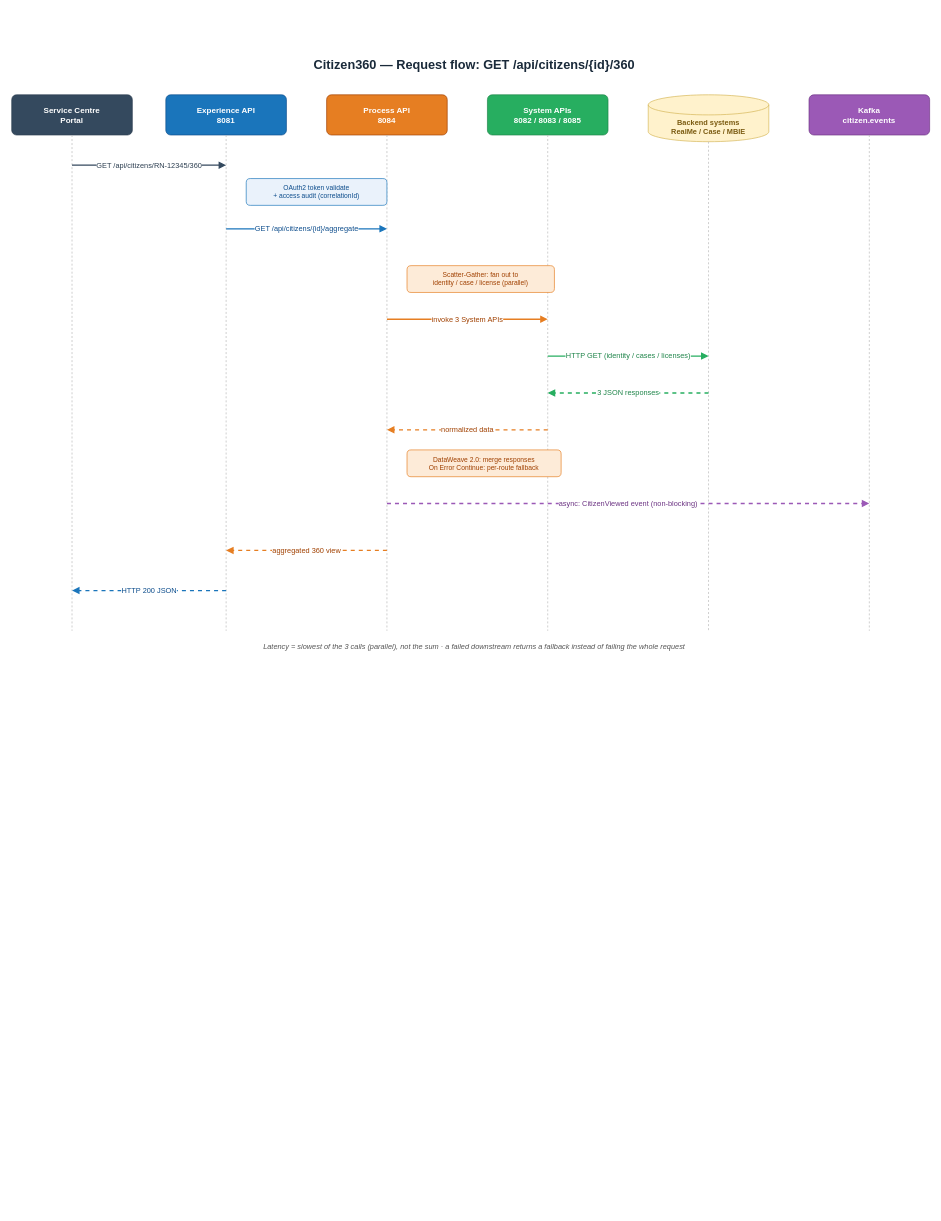
The draw.io diagram docs/request-flow.drawio in Bellick-Jiao/mulesoft-citizen360, before the edit. Source tidied: cells renumbered, new cells numbered last; positions are measured from the earlier drawing's top-left corner, leaving out a move shared by most shapes. Both pictures are drawn from the tidied source at 67%, with x=0, y=0 at pixel (11, 53).
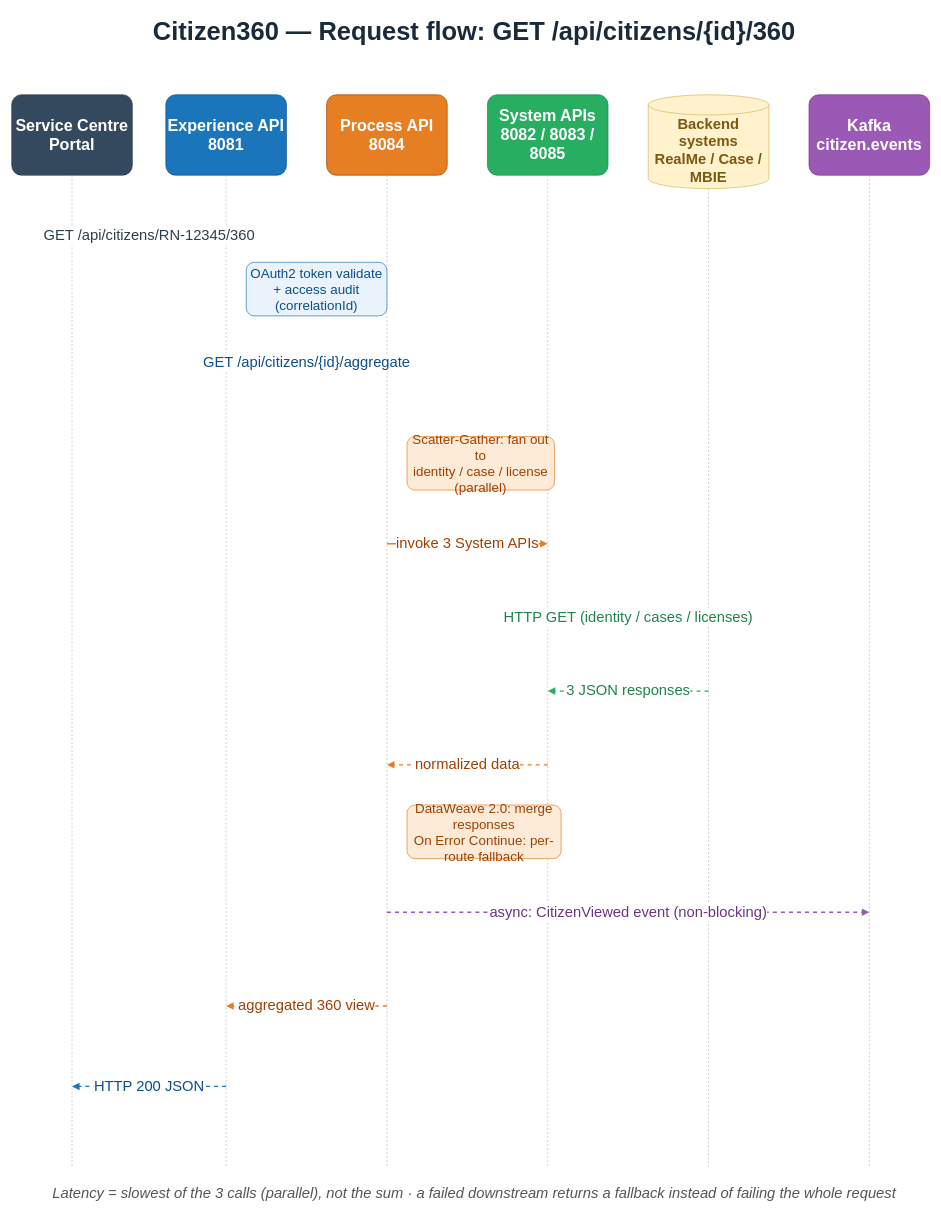
Above is the later version.

The edit, as a diff of the source:
```diff
@@
-    <mxCell id="2" value="Citizen360 — Request flow: GET /api/citizens/{id}/360" style="text;html=1;fontSize=19;fontStyle=1;align=center;fontColor=#1a2a3a;" parent="1" vertex="1">
-      <mxGeometry x="290" width="800" height="30" as="geometry" />
+    <mxCell id="2" value="Citizen360 — Request flow: GET /api/citizens/{id}/360" style="text;html=1;fontSize=38;fontStyle=1;align=center;fontColor=#1a2a3a;" parent="1" vertex="1">
+      <mxGeometry x="290" y="-62" width="800" height="60" as="geometry" />
     </mxCell>
-    <mxCell id="3" value="Service Centre&#10;Portal" style="rounded=1;whiteSpace=wrap;html=1;fillColor=#34495e;strokeColor=#2c3e50;fontColor=#ffffff;fontSize=12;fontStyle=1;arcSize=12;" parent="1" vertex="1">
-      <mxGeometry y="62" width="180" height="60" as="geometry" />
+    <mxCell id="3" value="Service Centre&#10;Portal" style="rounded=1;whiteSpace=wrap;html=1;fillColor=#34495e;strokeColor=#2c3e50;fontColor=#ffffff;fontSize=24;fontStyle=1;arcSize=12;" parent="1" vertex="1">
+      <mxGeometry y="62" width="180" height="120" as="geometry" />
     </mxCell>
-    <mxCell id="4" value="Experience API&#10;8081" style="rounded=1;whiteSpace=wrap;html=1;fillColor=#1a75bb;strokeColor=#0d4d8c;fontColor=#ffffff;fontSize=12;fontStyle=1;arcSize=12;" parent="1" vertex="1">
-      <mxGeometry x="230" y="62" width="180" height="60" as="geometry" />
+    <mxCell id="4" value="Experience API&#10;8081" style="rounded=1;whiteSpace=wrap;html=1;fillColor=#1a75bb;strokeColor=#0d4d8c;fontColor=#ffffff;fontSize=24;fontStyle=1;arcSize=12;" parent="1" vertex="1">
+      <mxGeometry x="230" y="62" width="180" height="120" as="geometry" />
     </mxCell>
-    <mxCell id="5" value="Process API&#10;8084" style="rounded=1;whiteSpace=wrap;html=1;fillColor=#e67e22;strokeColor=#a04000;fontColor=#ffffff;fontSize=12;fontStyle=1;arcSize=12;" parent="1" vertex="1">
-      <mxGeometry x="470" y="62" width="180" height="60" as="geometry" />
+    <mxCell id="5" value="Process API&#10;8084" style="rounded=1;whiteSpace=wrap;html=1;fillColor=#e67e22;strokeColor=#a04000;fontColor=#ffffff;fontSize=24;fontStyle=1;arcSize=12;" parent="1" vertex="1">
+      <mxGeometry x="470" y="62" width="180" height="120" as="geometry" />
     </mxCell>
-    <mxCell id="6" value="System APIs&#10;8082 / 8083 / 8085" style="rounded=1;whiteSpace=wrap;html=1;fillColor=#27ae60;strokeColor=#1e8449;fontColor=#ffffff;fontSize=12;fontStyle=1;arcSize=12;" parent="1" vertex="1">
-      <mxGeometry x="710" y="62" width="180" height="60" as="geometry" />
+    <mxCell id="6" value="System APIs&#10;8082 / 8083 / 8085" style="rounded=1;whiteSpace=wrap;html=1;fillColor=#27ae60;strokeColor=#1e8449;fontColor=#ffffff;fontSize=24;fontStyle=1;arcSize=12;" parent="1" vertex="1">
+      <mxGeometry x="710" y="62" width="180" height="120" as="geometry" />
     </mxCell>
-    <mxCell id="7" value="Backend systems&#10;RealMe / Case / MBIE" style="shape=cylinder3;whiteSpace=wrap;html=1;boundedLbl=1;fillColor=#fff2cc;strokeColor=#d6b656;fontSize=11;fontStyle=1;fontColor=#7a5a10;" parent="1" vertex="1">
-      <mxGeometry x="950" y="62" width="180" height="70" as="geometry" />
+    <mxCell id="7" value="Backend systems&#10;RealMe / Case / MBIE" style="shape=cylinder3;whiteSpace=wrap;html=1;boundedLbl=1;fillColor=#fff2cc;strokeColor=#d6b656;fontSize=22;fontStyle=1;fontColor=#7a5a10;" parent="1" vertex="1">
+      <mxGeometry x="950" y="62" width="180" height="140" as="geometry" />
     </mxCell>
-    <mxCell id="8" value="Kafka&#10;citizen.events" style="rounded=1;whiteSpace=wrap;html=1;fillColor=#9b59b6;strokeColor=#6c3483;fontColor=#ffffff;fontSize=12;fontStyle=1;arcSize=12;" parent="1" vertex="1">
-      <mxGeometry x="1190" y="62" width="180" height="60" as="geometry" />
+    <mxCell id="8" value="Kafka&#10;citizen.events" style="rounded=1;whiteSpace=wrap;html=1;fillColor=#9b59b6;strokeColor=#6c3483;fontColor=#ffffff;fontSize=24;fontStyle=1;arcSize=12;" parent="1" vertex="1">
+      <mxGeometry x="1190" y="62" width="180" height="120" as="geometry" />
     </mxCell>
     <mxCell id="9" style="endArrow=none;html=1;dashed=1;strokeColor=#b8b8b8;strokeWidth=1;" parent="1" edge="1">
       <mxGeometry relative="1" as="geometry">
-        <mxPoint x="90" y="122" as="sourcePoint" />
-        <mxPoint x="90" y="862" as="targetPoint" />
+        <mxPoint x="90" y="182" as="sourcePoint" />
+        <mxPoint x="90" y="1662" as="targetPoint" />
       </mxGeometry>
     </mxCell>
     <mxCell id="10" style="endArrow=none;html=1;dashed=1;strokeColor=#b8b8b8;strokeWidth=1;" parent="1" edge="1">
       <mxGeometry relative="1" as="geometry">
-        <mxPoint x="320" y="122" as="sourcePoint" />
-        <mxPoint x="320" y="862" as="targetPoint" />
+        <mxPoint x="320" y="182" as="sourcePoint" />
+        <mxPoint x="320" y="1662" as="targetPoint" />
       </mxGeometry>
     </mxCell>
     <mxCell id="11" style="endArrow=none;html=1;dashed=1;strokeColor=#b8b8b8;strokeWidth=1;" parent="1" edge="1">
       <mxGeometry relative="1" as="geometry">
-        <mxPoint x="560" y="122" as="sourcePoint" />
-        <mxPoint x="560" y="862" as="targetPoint" />
+        <mxPoint x="560" y="182" as="sourcePoint" />
+        <mxPoint x="560" y="1662" as="targetPoint" />
       </mxGeometry>
     </mxCell>
     <mxCell id="12" style="endArrow=none;html=1;dashed=1;strokeColor=#b8b8b8;strokeWidth=1;" parent="1" edge="1">
       <mxGeometry relative="1" as="geometry">
-        <mxPoint x="800" y="122" as="sourcePoint" />
-        <mxPoint x="800" y="862" as="targetPoint" />
+        <mxPoint x="800" y="182" as="sourcePoint" />
+        <mxPoint x="800" y="1662" as="targetPoint" />
       </mxGeometry>
     </mxCell>
     <mxCell id="13" style="endArrow=none;html=1;dashed=1;strokeColor=#b8b8b8;strokeWidth=1;" parent="1" edge="1">
       <mxGeometry relative="1" as="geometry">
-        <mxPoint x="1040" y="132" as="sourcePoint" />
-        <mxPoint x="1040" y="862" as="targetPoint" />
+        <mxPoint x="1040" y="202" as="sourcePoint" />
+        <mxPoint x="1040" y="1662" as="targetPoint" />
       </mxGeometry>
     </mxCell>
     <mxCell id="14" style="endArrow=none;html=1;dashed=1;strokeColor=#b8b8b8;strokeWidth=1;" parent="1" edge="1">
       <mxGeometry relative="1" as="geometry">
-        <mxPoint x="1280" y="122" as="sourcePoint" />
-        <mxPoint x="1280" y="862" as="targetPoint" />
+        <mxPoint x="1280" y="182" as="sourcePoint" />
+        <mxPoint x="1280" y="1662" as="targetPoint" />
       </mxGeometry>
     </mxCell>
-    <mxCell id="15" value="OAuth2 token validate&#10;+ access audit (correlationId)" style="rounded=1;whiteSpace=wrap;html=1;fillColor=#eaf2fb;strokeColor=#1a75bb;fontSize=10;fontColor=#0d4d8c;" parent="1" vertex="1">
-      <mxGeometry x="350" y="187" width="210" height="40" as="geometry" />
+    <mxCell id="15" value="OAuth2 token validate&#10;+ access audit (correlationId)" style="rounded=1;whiteSpace=wrap;html=1;fillColor=#eaf2fb;strokeColor=#1a75bb;fontSize=20;fontColor=#0d4d8c;" parent="1" vertex="1">
+      <mxGeometry x="350" y="312" width="210" height="80" as="geometry" />
     </mxCell>
-    <mxCell id="16" value="Scatter-Gather: fan out to&#10;identity / case / license (parallel)" style="rounded=1;whiteSpace=wrap;html=1;fillColor=#fdebd8;strokeColor=#e67e22;fontSize=10;fontColor=#a04000;" parent="1" vertex="1">
-      <mxGeometry x="590" y="317" width="220" height="40" as="geometry" />
+    <mxCell id="16" value="Scatter-Gather: fan out to&#10;identity / case / license (parallel)" style="rounded=1;whiteSpace=wrap;html=1;fillColor=#fdebd8;strokeColor=#e67e22;fontSize=20;fontColor=#a04000;" parent="1" vertex="1">
+      <mxGeometry x="590" y="572" width="220" height="80" as="geometry" />
     </mxCell>
-    <mxCell id="17" value="DataWeave 2.0: merge responses&#10;On Error Continue: per-route fallback" style="rounded=1;whiteSpace=wrap;html=1;fillColor=#fdebd8;strokeColor=#e67e22;fontSize=10;fontColor=#a04000;" parent="1" vertex="1">
-      <mxGeometry x="590" y="592" width="230" height="40" as="geometry" />
+    <mxCell id="17" value="DataWeave 2.0: merge responses&#10;On Error Continue: per-route fallback" style="rounded=1;whiteSpace=wrap;html=1;fillColor=#fdebd8;strokeColor=#e67e22;fontSize=20;fontColor=#a04000;" parent="1" vertex="1">
+      <mxGeometry x="590" y="1122" width="230" height="80" as="geometry" />
     </mxCell>
-    <mxCell id="18" value="GET /api/citizens/RN-12345/360" style="edgeStyle=none;html=1;strokeWidth=2;strokeColor=#34495e;endArrow=block;fontSize=11;fontColor=#2c3e50;labelBackgroundColor=#ffffff;" parent="1" edge="1">
+    <mxCell id="18" value="GET /api/citizens/RN-12345/360" style="edgeStyle=none;html=1;strokeWidth=2;strokeColor=#34495e;endArrow=block;fontSize=22;fontColor=#2c3e50;labelBackgroundColor=#ffffff;" parent="1" edge="1">
       <mxGeometry relative="1" as="geometry">
-        <mxPoint x="90" y="167" as="sourcePoint" />
-        <mxPoint x="320" y="167" as="targetPoint" />
+        <mxPoint x="90" y="272" as="sourcePoint" />
+        <mxPoint x="320" y="272" as="targetPoint" />
       </mxGeometry>
     </mxCell>
-    <mxCell id="19" value="GET /api/citizens/{id}/aggregate" style="edgeStyle=none;html=1;strokeWidth=2;strokeColor=#1a75bb;endArrow=block;fontSize=11;fontColor=#0d4d8c;labelBackgroundColor=#ffffff;" parent="1" edge="1">
+    <mxCell id="19" value="GET /api/citizens/{id}/aggregate" style="edgeStyle=none;html=1;strokeWidth=2;strokeColor=#1a75bb;endArrow=block;fontSize=22;fontColor=#0d4d8c;labelBackgroundColor=#ffffff;" parent="1" edge="1">
       <mxGeometry relative="1" as="geometry">
-        <mxPoint x="320" y="262" as="sourcePoint" />
-        <mxPoint x="560" y="262" as="targetPoint" />
+        <mxPoint x="320" y="462" as="sourcePoint" />
+        <mxPoint x="560" y="462" as="targetPoint" />
       </mxGeometry>
     </mxCell>
-    <mxCell id="20" value="invoke 3 System APIs" style="edgeStyle=none;html=1;strokeWidth=2;strokeColor=#e67e22;endArrow=block;fontSize=11;fontColor=#a04000;labelBackgroundColor=#ffffff;" parent="1" edge="1">
+    <mxCell id="20" value="invoke 3 System APIs" style="edgeStyle=none;html=1;strokeWidth=2;strokeColor=#e67e22;endArrow=block;fontSize=22;fontColor=#a04000;labelBackgroundColor=#ffffff;" parent="1" edge="1">
       <mxGeometry relative="1" as="geometry">
-        <mxPoint x="560" y="397" as="sourcePoint" />
-        <mxPoint x="800" y="397" as="targetPoint" />
+        <mxPoint x="560" y="732" as="sourcePoint" />
+        <mxPoint x="800" y="732" as="targetPoint" />
       </mxGeometry>
     </mxCell>
-    <mxCell id="21" value="HTTP GET (identity / cases / licenses)" style="edgeStyle=none;html=1;strokeWidth=2;strokeColor=#27ae60;endArrow=block;fontSize=11;fontColor=#1e8449;labelBackgroundColor=#ffffff;" parent="1" edge="1">
+    <mxCell id="21" value="HTTP GET (identity / cases / licenses)" style="edgeStyle=none;html=1;strokeWidth=2;strokeColor=#27ae60;endArrow=block;fontSize=22;fontColor=#1e8449;labelBackgroundColor=#ffffff;" parent="1" edge="1">
       <mxGeometry relative="1" as="geometry">
-        <mxPoint x="800" y="452" as="sourcePoint" />
-        <mxPoint x="1040" y="452" as="targetPoint" />
+        <mxPoint x="800" y="842" as="sourcePoint" />
+        <mxPoint x="1040" y="842" as="targetPoint" />
       </mxGeometry>
     </mxCell>
-    <mxCell id="22" value="3 JSON responses" style="edgeStyle=none;html=1;dashed=1;strokeWidth=2;strokeColor=#27ae60;endArrow=block;fontSize=11;fontColor=#1e8449;labelBackgroundColor=#ffffff;" parent="1" edge="1">
+    <mxCell id="22" value="3 JSON responses" style="edgeStyle=none;html=1;dashed=1;strokeWidth=2;strokeColor=#27ae60;endArrow=block;fontSize=22;fontColor=#1e8449;labelBackgroundColor=#ffffff;" parent="1" edge="1">
       <mxGeometry relative="1" as="geometry">
-        <mxPoint x="1040" y="507" as="sourcePoint" />
-        <mxPoint x="800" y="507" as="targetPoint" />
+        <mxPoint x="1040" y="952" as="sourcePoint" />
+        <mxPoint x="800" y="952" as="targetPoint" />
       </mxGeometry>
     </mxCell>
-    <mxCell id="23" value="normalized data" style="edgeStyle=none;html=1;dashed=1;strokeWidth=2;strokeColor=#e67e22;endArrow=block;fontSize=11;fontColor=#a04000;labelBackgroundColor=#ffffff;" parent="1" edge="1">
+    <mxCell id="23" value="normalized data" style="edgeStyle=none;html=1;dashed=1;strokeWidth=2;strokeColor=#e67e22;endArrow=block;fontSize=22;fontColor=#a04000;labelBackgroundColor=#ffffff;" parent="1" edge="1">
       <mxGeometry relative="1" as="geometry">
-        <mxPoint x="800" y="562" as="sourcePoint" />
-        <mxPoint x="560" y="562" as="targetPoint" />
+        <mxPoint x="800" y="1062" as="sourcePoint" />
+        <mxPoint x="560" y="1062" as="targetPoint" />
       </mxGeometry>
     </mxCell>
-    <mxCell id="24" value="async: CitizenViewed event (non-blocking)" style="edgeStyle=none;html=1;dashed=1;strokeWidth=2;strokeColor=#9b59b6;endArrow=block;fontSize=11;fontColor=#6c3483;labelBackgroundColor=#ffffff;" parent="1" edge="1">
+    <mxCell id="24" value="async: CitizenViewed event (non-blocking)" style="edgeStyle=none;html=1;dashed=1;strokeWidth=2;strokeColor=#9b59b6;endArrow=block;fontSize=22;fontColor=#6c3483;labelBackgroundColor=#ffffff;" parent="1" edge="1">
       <mxGeometry relative="1" as="geometry">
-        <mxPoint x="560" y="672" as="sourcePoint" />
-        <mxPoint x="1280" y="672" as="targetPoint" />
+        <mxPoint x="560" y="1282" as="sourcePoint" />
+        <mxPoint x="1280" y="1282" as="targetPoint" />
       </mxGeometry>
     </mxCell>
-    <mxCell id="25" value="aggregated 360 view" style="edgeStyle=none;html=1;dashed=1;strokeWidth=2;strokeColor=#e67e22;endArrow=block;fontSize=11;fontColor=#a04000;labelBackgroundColor=#ffffff;" parent="1" edge="1">
+    <mxCell id="25" value="aggregated 360 view" style="edgeStyle=none;html=1;dashed=1;strokeWidth=2;strokeColor=#e67e22;endArrow=block;fontSize=22;fontColor=#a04000;labelBackgroundColor=#ffffff;" parent="1" edge="1">
       <mxGeometry relative="1" as="geometry">
-        <mxPoint x="560" y="742" as="sourcePoint" />
-        <mxPoint x="320" y="742" as="targetPoint" />
+        <mxPoint x="560" y="1422" as="sourcePoint" />
+        <mxPoint x="320" y="1422" as="targetPoint" />
       </mxGeometry>
     </mxCell>
-    <mxCell id="26" value="HTTP 200 JSON" style="edgeStyle=none;html=1;dashed=1;strokeWidth=2;strokeColor=#1a75bb;endArrow=block;fontSize=11;fontColor=#0d4d8c;labelBackgroundColor=#ffffff;" parent="1" edge="1">
+    <mxCell id="26" value="HTTP 200 JSON" style="edgeStyle=none;html=1;dashed=1;strokeWidth=2;strokeColor=#1a75bb;endArrow=block;fontSize=22;fontColor=#0d4d8c;labelBackgroundColor=#ffffff;" parent="1" edge="1">
       <mxGeometry relative="1" as="geometry">
-        <mxPoint x="320" y="802" as="sourcePoint" />
-        <mxPoint x="90" y="802" as="targetPoint" />
+        <mxPoint x="320" y="1542" as="sourcePoint" />
+        <mxPoint x="90" y="1542" as="targetPoint" />
       </mxGeometry>
     </mxCell>
-    <mxCell id="27" value="Latency = slowest of the 3 calls (parallel), not the sum · a failed downstream returns a fallback instead of failing the whole request" style="text;html=1;fontSize=11;fontStyle=2;align=center;fontColor=#555555;" parent="1" vertex="1">
-      <mxGeometry x="290" y="872" width="800" height="22" as="geometry" />
+    <mxCell id="27" value="Latency = slowest of the 3 calls (parallel), not the sum · a failed downstream returns a fallback instead of failing the whole request" style="text;html=1;fontSize=22;fontStyle=2;align=center;fontColor=#555555;" parent="1" vertex="1">
+      <mxGeometry x="290" y="1682" width="800" height="44" as="geometry" />
     </mxCell>
```
